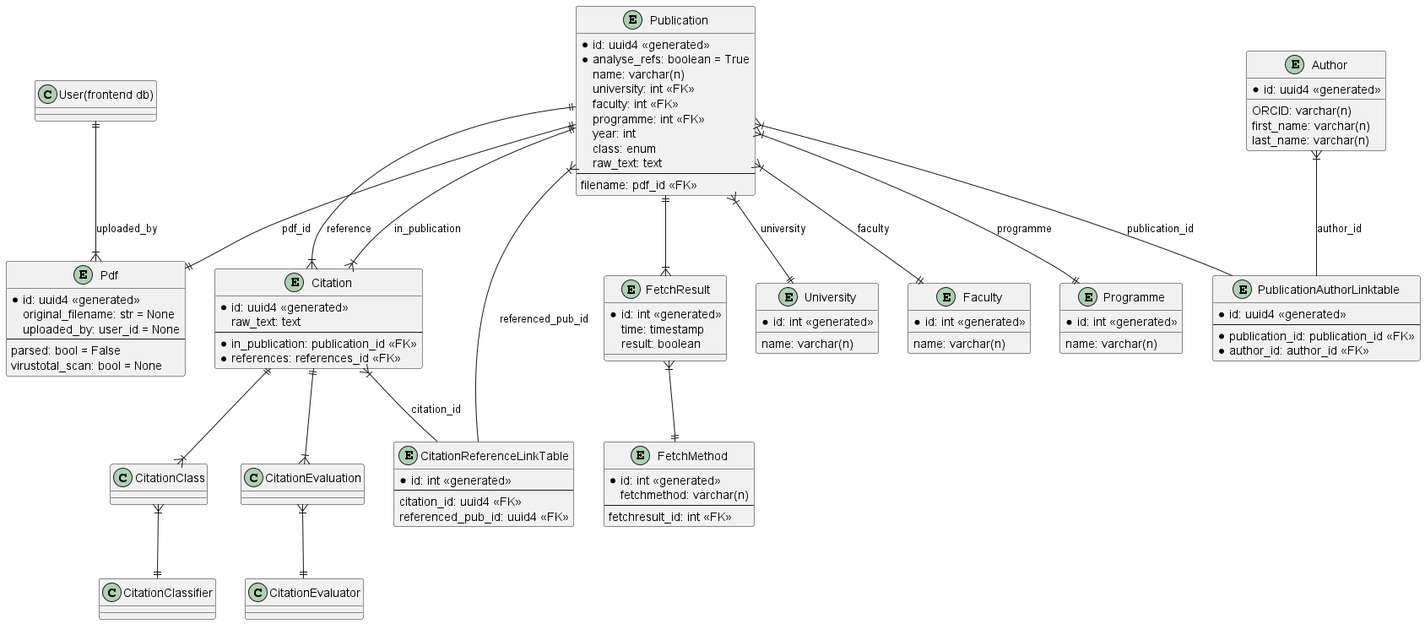
The PlantUML diagram docs/Database Schema.png in ouspg/refhandler, before a commit.
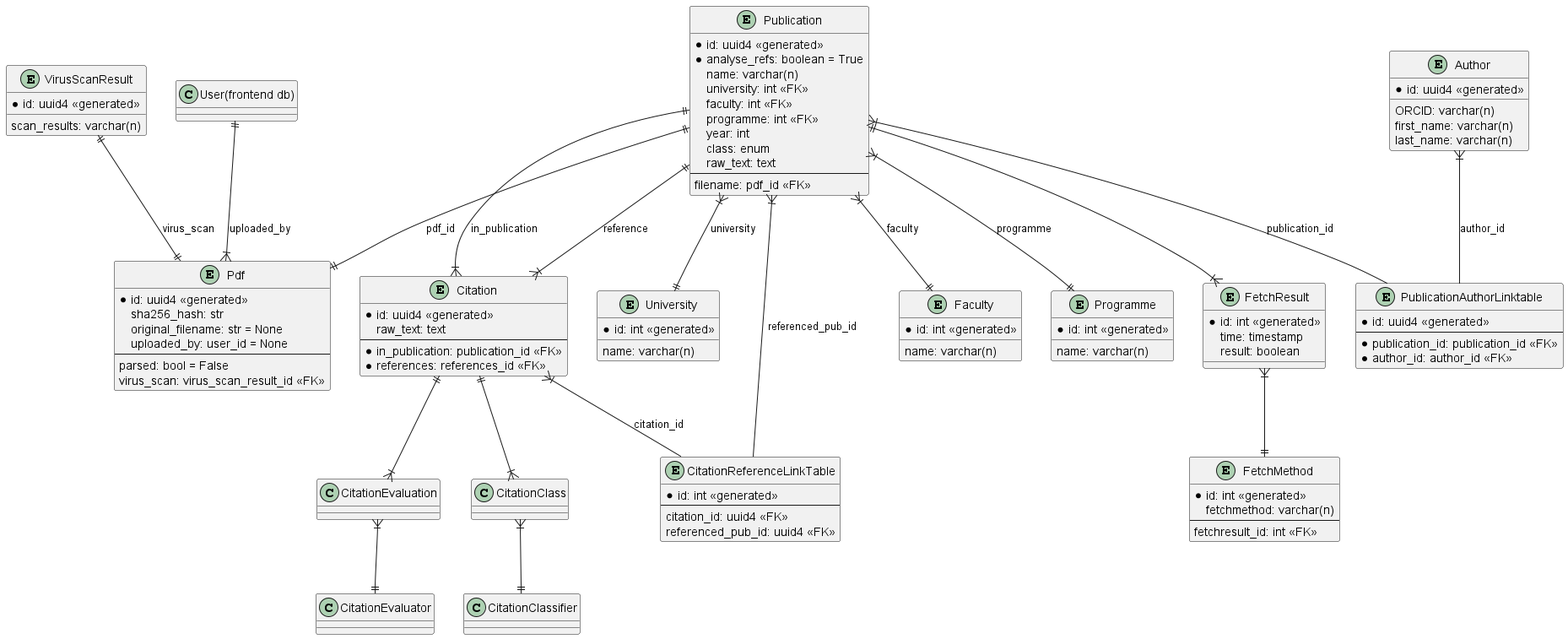
After the change.

The edit, as a diff of the source:
```diff
@@ -16,11 +16,17 @@
 
 entity Pdf {
     *id: uuid4 <<generated>>
+    sha256_hash: str
     original_filename: str = None
     uploaded_by: user_id = None
     --
     parsed: bool = False
-    virustotal_scan: bool = None
+    virus_scan: virus_scan_result_id <<FK>>
+}
+
+entity VirusScanResult {
+    *id: uuid4 <<generated>>
+    scan_results: varchar(n)
 }
 
 entity PublicationAuthorLinktable{
@@ -81,6 +87,7 @@
 }
 
 "User(frontend db)" ||--|{ Pdf: uploaded_by
+VirusScanResult ||--|| Pdf: virus_scan
 
 Publication ||--|| Pdf: pdf_id
 Publication }|-- PublicationAuthorLinktable: publication_id
```
